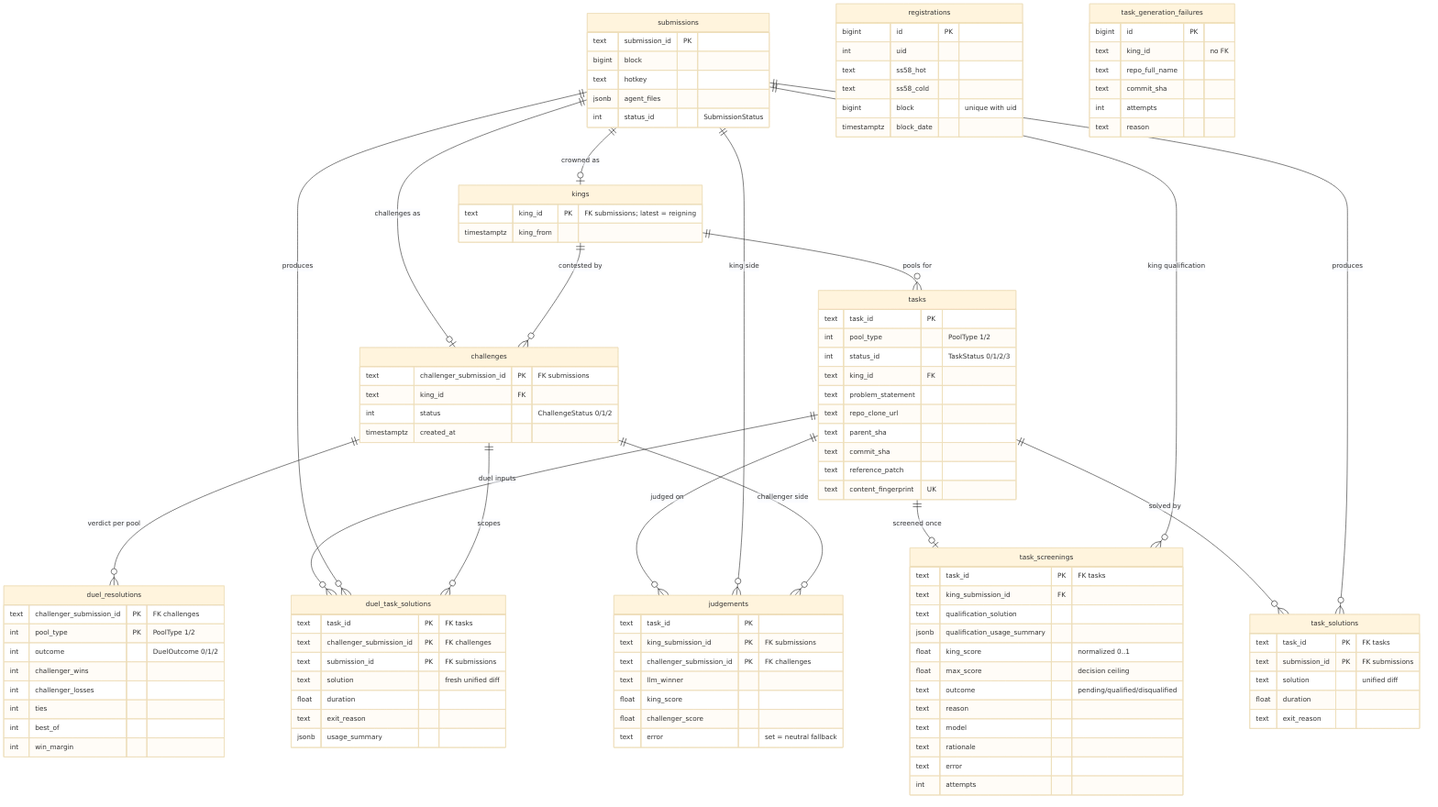
Above: docs/diagrams/erd.png in ninja-subnet/ninja-validator (Mermaid), before the change. Its source is kept beside it as docs/diagrams/erd.mmd.
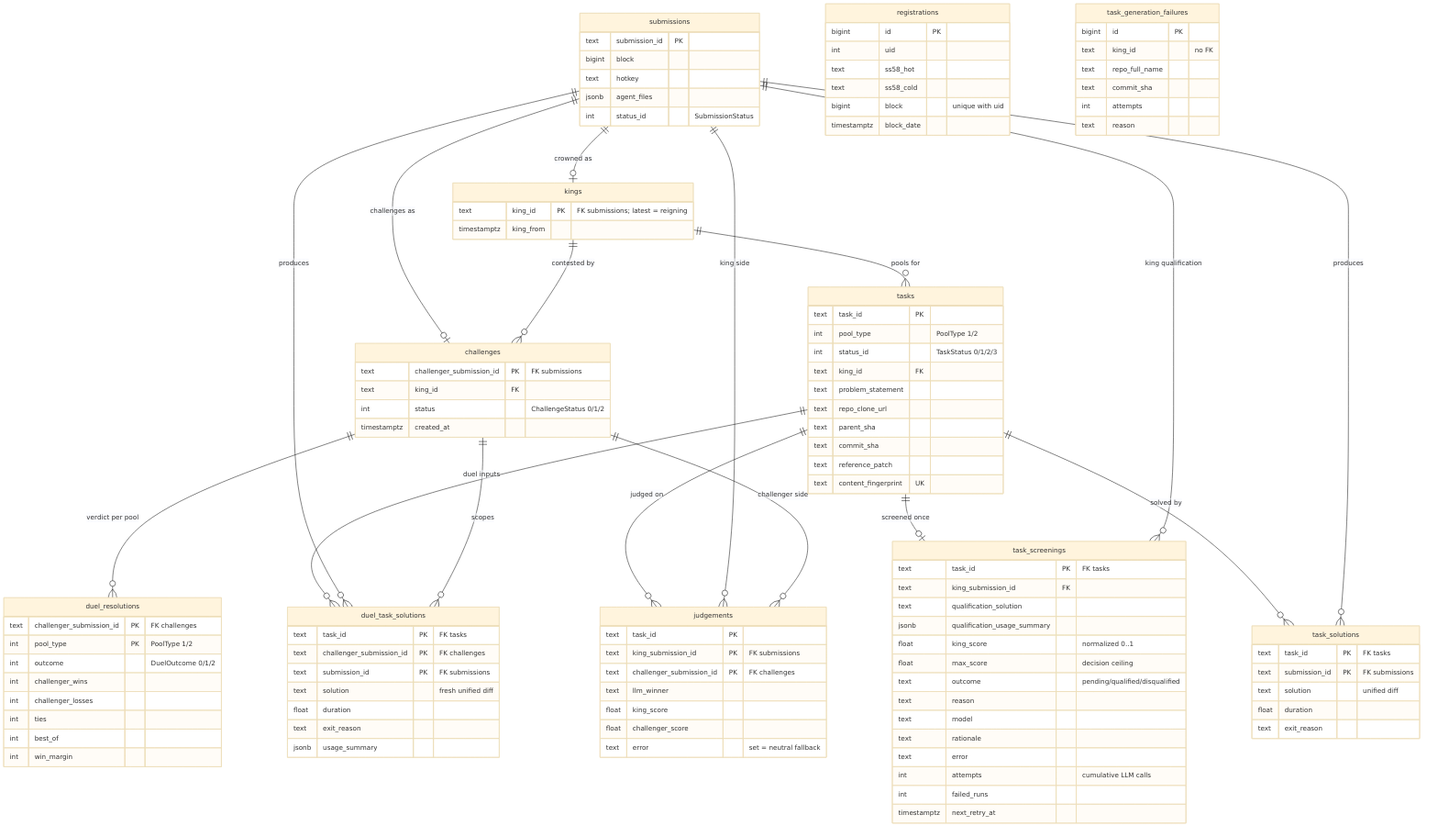
Later version of the same file.

The edit, as a diff of the source:
```diff
@@ -67,7 +67,9 @@
         text model
         text rationale
         text error
-        int attempts
+        int attempts "cumulative LLM calls"
+        int failed_runs
+        timestamptz next_retry_at
     }
     task_solutions {
         text task_id PK "FK tasks"
```
